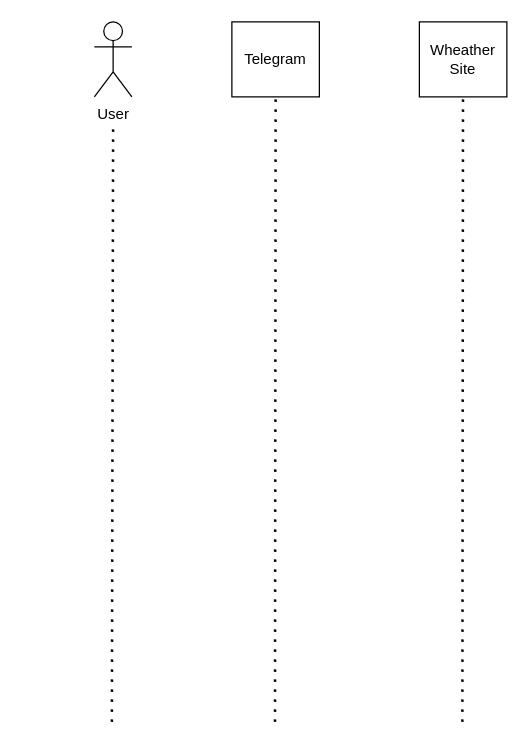
Before: sequence-diagram.drawio in rmastodon0603/itstep_course_uml, a draw.io diagram. Source tidied: cells renumbered, new cells numbered last; positions are measured from the earlier drawing's top-left corner, leaving out a move shared by most shapes. Both pictures are drawn from the tidied source at 125%, with x=0, y=0 at pixel (94, 21).
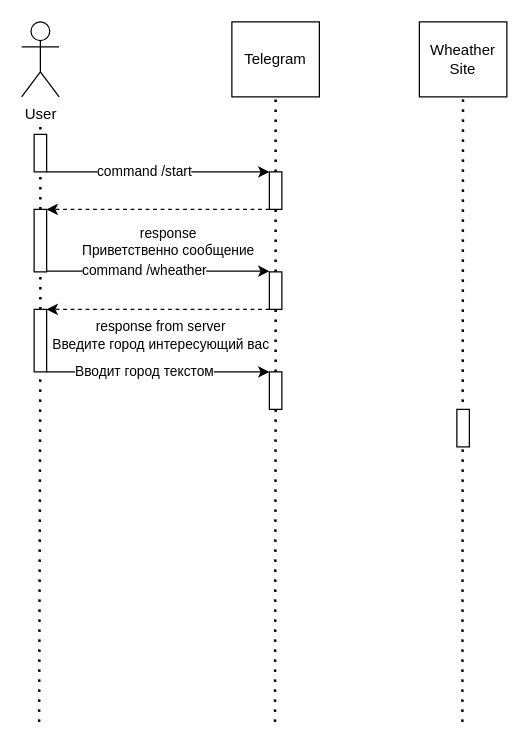
Above is the later version.

Unchanged cells that the change refers to:
```xml
<mxCell id="3" value="Telegram" style="rounded=0;whiteSpace=wrap;html=1;" parent="1" vertex="1">
  <mxGeometry x="110" width="70" height="60" as="geometry" />
</mxCell>
```

Change to the diagram source:
```diff
@@
     <mxCell id="2" value="User" style="shape=umlActor;verticalLabelPosition=bottom;verticalAlign=top;html=1;" parent="1" vertex="1">
-      <mxGeometry width="30" height="60" as="geometry" />
+      <mxGeometry x="-58.2" width="30" height="60" as="geometry" />
     </mxCell>
@@
-    <mxCell id="5" style="endArrow=none;dashed=1;html=1;dashPattern=1 3;strokeWidth=2;rounded=0;" parent="1" edge="1">
+    <mxCell id="5" style="endArrow=none;dashed=1;html=1;dashPattern=1 3;strokeWidth=2;rounded=0;startArrow=none;" parent="1" edge="1" source="22">
       <mxGeometry relative="1" as="geometry">
-        <mxPoint x="14" y="560" as="sourcePoint" />
-        <mxPoint x="15" y="80" as="targetPoint" />
+        <mxPoint x="-43.2" y="80" as="targetPoint" />
       </mxGeometry>
     </mxCell>
-    <mxCell id="6" style="endArrow=none;dashed=1;html=1;dashPattern=1 3;strokeWidth=2;rounded=0;entryX=0.5;entryY=1;entryDx=0;entryDy=0;" parent="1" edge="1" target="3">
-      <mxGeometry relative="1" as="geometry">
-        <mxPoint x="144.5" y="560" as="sourcePoint" />
-      </mxGeometry>
+    <mxCell id="6" style="endArrow=none;dashed=1;html=1;dashPattern=1 3;strokeWidth=2;rounded=0;entryX=0.5;entryY=1;entryDx=0;entryDy=0;startArrow=none;" parent="1" edge="1" source="13" target="3">
+      <mxGeometry relative="1" as="geometry" />
     </mxCell>
@@
+    <mxCell id="8" style="edgeStyle=orthogonalEdgeStyle;rounded=0;jettySize=auto;html=1;exitX=1;exitY=1;exitDx=0;exitDy=0;entryX=0;entryY=0;entryDx=0;entryDy=0;" parent="1" edge="1" source="10" target="13">
+      <mxGeometry relative="1" as="geometry">
+        <Array as="points">
+          <mxPoint x="71.8" y="120" />
+          <mxPoint x="71.8" y="120" />
+        </Array>
+      </mxGeometry>
+    </mxCell>
+    <mxCell id="9" value="command /start" style="edgeLabel;html=1;align=center;verticalAlign=middle;" parent="8" vertex="1">
+      <mxGeometry x="-0.13" y="1" relative="1" as="geometry" />
+    </mxCell>
+    <mxCell id="10" style="rounded=0;whiteSpace=wrap;html=1;" parent="1" vertex="1">
+      <mxGeometry x="-48.2" y="90" width="10" height="30" as="geometry" />
+    </mxCell>
+    <mxCell id="11" style="edgeStyle=orthogonalEdgeStyle;rounded=0;jettySize=auto;html=1;exitX=0;exitY=1;exitDx=0;exitDy=0;entryX=1;entryY=0;entryDx=0;entryDy=0;dashed=1;" parent="1" edge="1" source="13" target="15">
+      <mxGeometry relative="1" as="geometry">
+        <Array as="points">
+          <mxPoint x="-8.2" y="150" />
+          <mxPoint x="-8.2" y="150" />
+        </Array>
+      </mxGeometry>
+    </mxCell>
+    <mxCell id="12" value="response&lt;br&gt;Приветственно сообщение" style="edgeLabel;html=1;align=center;verticalAlign=middle;" parent="11" vertex="1">
+      <mxGeometry x="-0.08" y="-1" relative="1" as="geometry">
+        <mxPoint y="26" as="offset" />
+      </mxGeometry>
+    </mxCell>
+    <mxCell id="13" style="rounded=0;whiteSpace=wrap;html=1;" parent="1" vertex="1">
+      <mxGeometry x="140" y="120" width="10" height="30" as="geometry" />
+    </mxCell>
+    <mxCell id="14" style="endArrow=none;dashed=1;html=1;dashPattern=1 3;strokeWidth=2;rounded=0;entryX=0.5;entryY=1;entryDx=0;entryDy=0;startArrow=none;" parent="1" edge="1" source="18" target="13">
+      <mxGeometry relative="1" as="geometry" />
+    </mxCell>
+    <mxCell id="15" style="rounded=0;whiteSpace=wrap;html=1;" parent="1" vertex="1">
+      <mxGeometry x="-48.2" y="150" width="10" height="50" as="geometry" />
+    </mxCell>
+    <mxCell id="16" style="edgeStyle=orthogonalEdgeStyle;rounded=0;jettySize=auto;html=1;exitX=0;exitY=1;exitDx=0;exitDy=0;entryX=1;entryY=0;entryDx=0;entryDy=0;dashed=1;" parent="1" edge="1" source="18" target="22">
+      <mxGeometry relative="1" as="geometry">
+        <Array as="points">
+          <mxPoint x="1.8" y="230" />
+          <mxPoint x="1.8" y="230" />
+        </Array>
+      </mxGeometry>
+    </mxCell>
+    <mxCell id="17" value="response from server&lt;br&gt;Введите город интересующий вас" style="edgeLabel;html=1;align=center;verticalAlign=middle;" parent="16" vertex="1">
+      <mxGeometry x="0.15" relative="1" as="geometry">
+        <mxPoint x="14" y="20" as="offset" />
+      </mxGeometry>
+    </mxCell>
+    <mxCell id="18" style="rounded=0;whiteSpace=wrap;html=1;" parent="1" vertex="1">
+      <mxGeometry x="140" y="200" width="10" height="30" as="geometry" />
+    </mxCell>
+    <mxCell id="19" style="endArrow=none;dashed=1;html=1;dashPattern=1 3;strokeWidth=2;rounded=0;entryX=0.5;entryY=1;entryDx=0;entryDy=0;startArrow=none;" parent="1" edge="1" source="24" target="18">
+      <mxGeometry relative="1" as="geometry" />
+    </mxCell>
+    <mxCell id="20" style="edgeStyle=orthogonalEdgeStyle;rounded=0;orthogonalLoop=1;jettySize=auto;html=1;exitX=1;exitY=1;exitDx=0;exitDy=0;entryX=0;entryY=0;entryDx=0;entryDy=0;" parent="1" edge="1">
+      <mxGeometry relative="1" as="geometry">
+        <mxPoint x="-38.2" y="199.4" as="sourcePoint" />
+        <mxPoint x="140" y="199.4" as="targetPoint" />
+        <Array as="points">
+          <mxPoint x="71.8" y="199.4" />
+          <mxPoint x="71.8" y="199.4" />
+        </Array>
+      </mxGeometry>
+    </mxCell>
+    <mxCell id="21" value="command /wheather" style="edgeLabel;html=1;align=center;verticalAlign=middle;" parent="20" vertex="1">
+      <mxGeometry x="-0.13" y="1" relative="1" as="geometry" />
+    </mxCell>
+    <mxCell id="22" style="rounded=0;whiteSpace=wrap;html=1;" parent="1" vertex="1">
+      <mxGeometry x="-48.2" y="230" width="10" height="50" as="geometry" />
+    </mxCell>
+    <mxCell id="23" style="endArrow=none;dashed=1;html=1;dashPattern=1 3;strokeWidth=2;rounded=0;" parent="1" edge="1" target="22">
+      <mxGeometry relative="1" as="geometry">
+        <mxPoint x="-44.2" y="560" as="sourcePoint" />
+      </mxGeometry>
+    </mxCell>
+    <mxCell id="24" style="rounded=0;whiteSpace=wrap;html=1;" parent="1" vertex="1">
+      <mxGeometry x="140" y="280" width="10" height="30" as="geometry" />
+    </mxCell>
+    <mxCell id="25" style="endArrow=none;dashed=1;html=1;dashPattern=1 3;strokeWidth=2;rounded=0;entryX=0.5;entryY=1;entryDx=0;entryDy=0;" parent="1" edge="1" target="24">
+      <mxGeometry relative="1" as="geometry">
+        <mxPoint x="144.5" y="560" as="sourcePoint" />
+      </mxGeometry>
+    </mxCell>
+    <mxCell id="26" style="edgeStyle=orthogonalEdgeStyle;rounded=0;orthogonalLoop=1;jettySize=auto;html=1;entryX=0;entryY=0;entryDx=0;entryDy=0;" parent="1" edge="1">
+      <mxGeometry relative="1" as="geometry">
+        <mxPoint x="-38.2" y="280" as="sourcePoint" />
+        <mxPoint x="140" y="280" as="targetPoint" />
+        <Array as="points">
+          <mxPoint x="71.8" y="280" />
+          <mxPoint x="71.8" y="280" />
+        </Array>
+      </mxGeometry>
+    </mxCell>
+    <mxCell id="27" value="Вводит город текстом" style="edgeLabel;html=1;align=center;verticalAlign=middle;" parent="26" vertex="1">
+      <mxGeometry x="-0.13" y="1" relative="1" as="geometry" />
+    </mxCell>
+    <mxCell id="28" style="rounded=0;whiteSpace=wrap;html=1;" parent="1" vertex="1">
+      <mxGeometry x="290" y="310" width="10" height="30" as="geometry" />
+    </mxCell>
```
